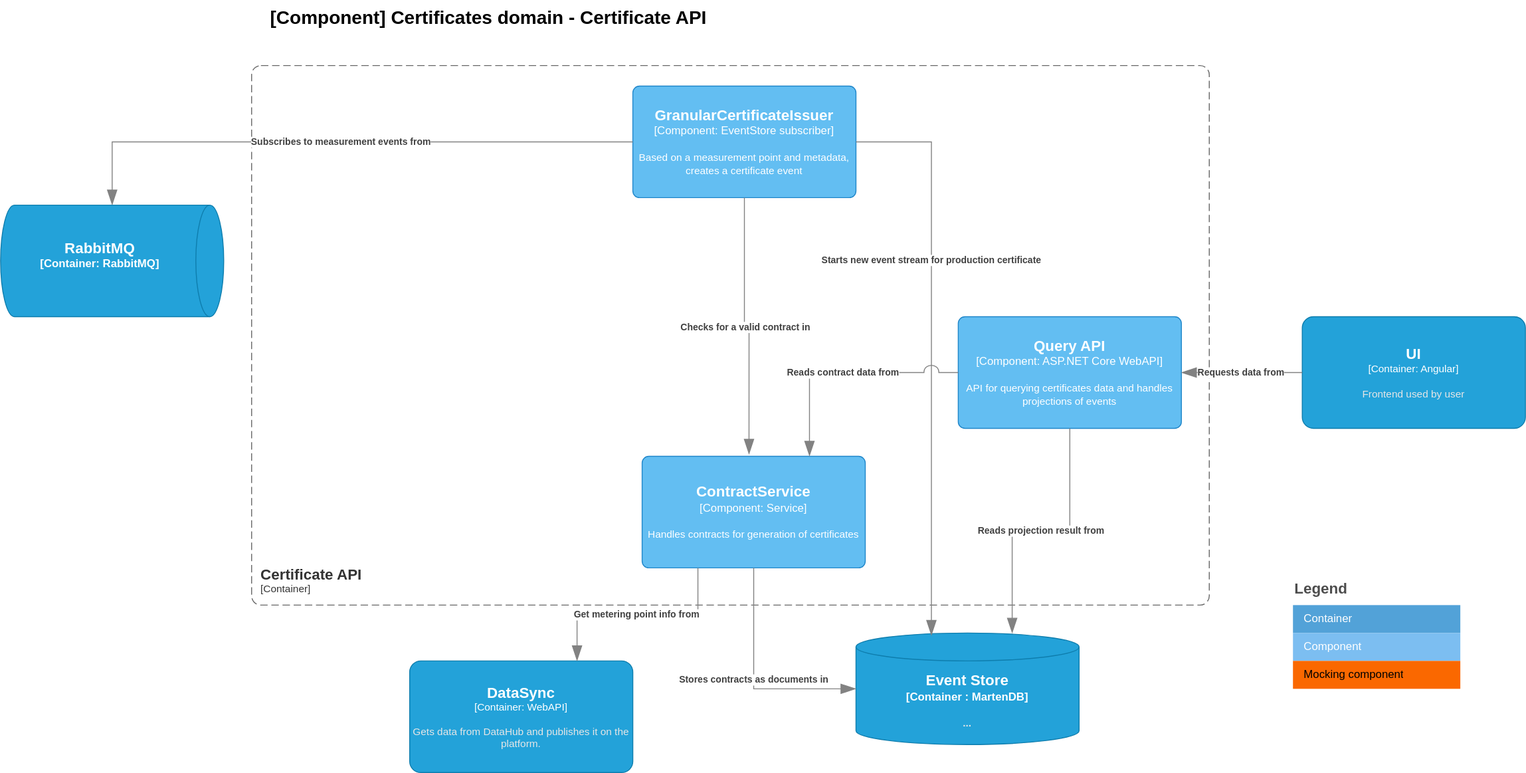
Before: doc/architecture/diagrams/certificates.current.component.certificate.api.drawio.svg, a diagram exported from draw.io (Energinet-DataHub/energy-origin). Source tidied: cells renumbered, new cells last; positions are measured from the earlier drawing's top-left corner, leaving out a move shared by most shapes.
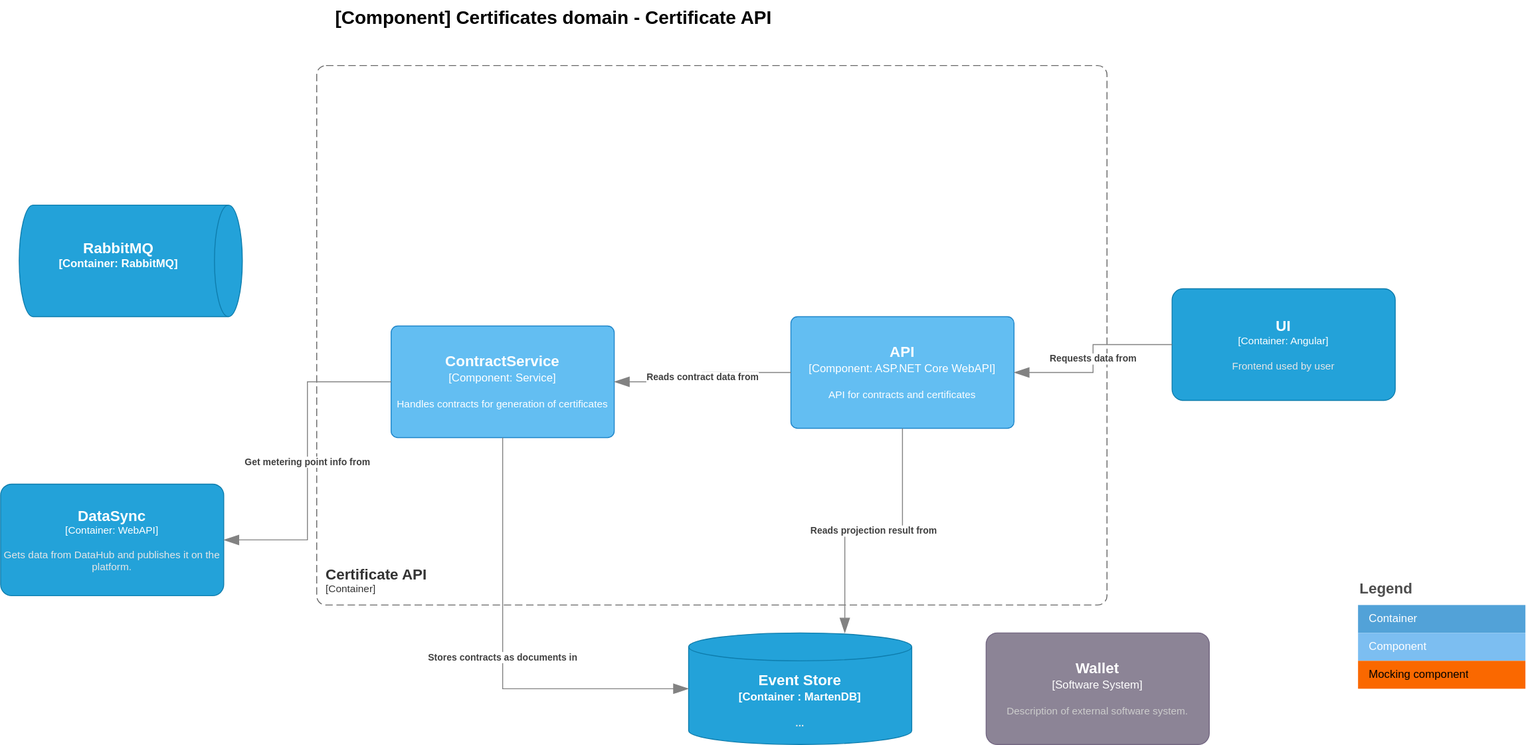
After the change.

The edit, as a diff of the source:
```diff
@@ -4,34 +4,19 @@
     <mxCell id="1" parent="0" />
     <object id="2" label="&lt;font style=&quot;font-size: 16px&quot;&gt;&lt;b&gt;&lt;div style=&quot;text-align: left&quot;&gt;%c4Name%&lt;/div&gt;&lt;/b&gt;&lt;/font&gt;&lt;div style=&quot;text-align: left&quot;&gt;[%c4Application%]&lt;/div&gt;" c4Application="Container" c4Name="Certificate API" c4Type="ContainerScopeBoundary" placeholders="1">
       <mxCell style="rounded=1;fontSize=11;whiteSpace=wrap;html=1;dashed=1;arcSize=20;fillColor=none;strokeColor=#666666;fontColor=#333333;labelBackgroundColor=none;align=left;verticalAlign=bottom;labelBorderColor=none;spacingTop=0;spacing=10;dashPattern=8 4;perimeter=rectanglePerimeter;noLabel=0;labelPadding=0;absoluteArcSize=1;" parent="1" vertex="1">
-        <mxGeometry x="270" y="70" width="1030" height="580" as="geometry" />
+        <mxGeometry x="270" y="70" width="850" height="580" as="geometry" />
       </mxCell>
     </object>
-    <object id="3" label="&lt;font style=&quot;font-size: 16px&quot;&gt;&lt;b&gt;%c4Name%&lt;/b&gt;&lt;/font&gt;&lt;div&gt;[%c4Type%: %c4Technology%]&lt;/div&gt;&lt;br&gt;&lt;div&gt;&lt;font style=&quot;font-size: 11px&quot;&gt;%c4Description%&lt;/font&gt;&lt;/div&gt;" c4Description="Based on a measurement point and metadata, creates a certificate event" c4Name="GranularCertificateIssuer" c4Technology="EventStore subscriber" c4Type="Component" placeholders="1">
-      <mxCell style="rounded=1;whiteSpace=wrap;html=1;labelBackgroundColor=none;fillColor=#63BEF2;fontColor=#ffffff;align=center;arcSize=6;strokeColor=#2086C9;points=[[0.25,0,0],[0.5,0,0],[0.75,0,0],[1,0.25,0],[1,0.5,0],[1,0.75,0],[0.75,1,0],[0.5,1,0],[0.25,1,0],[0,0.75,0],[0,0.5,0],[0,0.25,0]];" parent="1" vertex="1">
-        <mxGeometry x="680" y="92" width="240" height="120" as="geometry" />
-      </mxCell>
-    </object>
     <object id="4" label="&lt;font style=&quot;font-size: 16px&quot;&gt;&lt;b&gt;%c4Type%&lt;/font&gt;&lt;div&gt;[%c4Container%:&amp;nbsp;%c4Technology%]&lt;/div&gt;&lt;br&gt;&lt;div&gt;&lt;font style=&quot;font-size: 11px&quot;&gt;&lt;font color=&quot;#E6E6E6&quot;&gt;%c4Description%&lt;/font&gt;&lt;/div&gt;" c4Container="Container " c4Description="..." c4Technology="MartenDB" c4Type="Event Store" placeholders="1">
       <mxCell style="shape=cylinder3;size=15;whiteSpace=wrap;html=1;boundedLbl=1;rounded=0;labelBackgroundColor=none;fillColor=#23A2D9;fontSize=12;fontColor=#ffffff;align=center;strokeColor=#0E7DAD;points=[[0.5,0,0],[1,0.25,0],[1,0.5,0],[1,0.75,0],[0.5,1,0],[0,0.75,0],[0,0.5,0],[0,0.25,0]];" parent="1" vertex="1">
-        <mxGeometry x="920" y="680" width="240" height="120" as="geometry" />
+        <mxGeometry x="670" y="680" width="240" height="120" as="geometry" />
       </mxCell>
     </object>
     <object id="5" label="&lt;font style=&quot;font-size: 16px&quot;&gt;&lt;b&gt;%c4Name%&lt;/b&gt;&lt;/font&gt;&lt;div&gt;[%c4Type%: %c4Technology%]&lt;/div&gt;&lt;br&gt;&lt;div&gt;&lt;font style=&quot;font-size: 11px&quot;&gt;%c4Description%&lt;/font&gt;&lt;/div&gt;" c4Description="Handles contracts for generation of certificates" c4Name="ContractService" c4Technology="Service" c4Type="Component" placeholders="1">
       <mxCell style="rounded=1;whiteSpace=wrap;html=1;labelBackgroundColor=none;fillColor=#63BEF2;align=center;arcSize=6;strokeColor=#2086C9;points=[[0.25,0,0],[0.5,0,0],[0.75,0,0],[1,0.25,0],[1,0.5,0],[1,0.75,0],[0.75,1,0],[0.5,1,0],[0.25,1,0],[0,0.75,0],[0,0.5,0],[0,0.25,0]];fontColor=#ffffff;" parent="1" vertex="1">
-        <mxGeometry x="690" y="490" width="240" height="120" as="geometry" />
+        <mxGeometry x="350" y="350" width="240" height="120" as="geometry" />
       </mxCell>
     </object>
-    <object id="6" label="&lt;div style=&quot;text-align: left&quot;&gt;&lt;div style=&quot;text-align: center&quot;&gt;&lt;b&gt;%c4Description%&lt;/b&gt;&lt;/div&gt;" c4Description="Checks for a valid contract in" c4Type="Relationship" placeholders="1">
-      <mxCell style="endArrow=blockThin;html=1;fontSize=10;fontColor=#404040;strokeWidth=1;endFill=1;strokeColor=#828282;elbow=vertical;endSize=14;startSize=14;jumpStyle=arc;jumpSize=16;rounded=0;edgeStyle=orthogonalEdgeStyle;exitX=0.5;exitY=1;exitDx=0;exitDy=0;exitPerimeter=0;entryX=0.479;entryY=-0.017;entryDx=0;entryDy=0;entryPerimeter=0;" parent="1" edge="1" source="3" target="5">
-        <mxGeometry relative="1" as="geometry" />
-      </mxCell>
-    </object>
-    <object id="7" label="&lt;div style=&quot;text-align: left&quot;&gt;&lt;div style=&quot;text-align: center&quot;&gt;&lt;b&gt;%c4Description%&lt;/b&gt;&lt;/div&gt;" c4Description="Subscribes to measurement events from" c4Type="Relationship" placeholders="1">
-      <mxCell style="endArrow=blockThin;html=1;fontSize=10;fontColor=#404040;strokeWidth=1;endFill=1;strokeColor=#828282;elbow=vertical;endSize=14;startSize=14;jumpStyle=arc;jumpSize=16;rounded=0;edgeStyle=orthogonalEdgeStyle;exitX=0;exitY=0.5;exitDx=0;exitDy=0;exitPerimeter=0;" parent="1" edge="1" source="3" target="18">
-        <mxGeometry relative="1" as="geometry" />
-      </mxCell>
-    </object>
     <object id="8" label="&lt;font style=&quot;font-size: 20px;&quot;&gt;&lt;b style=&quot;font-size: 20px;&quot;&gt;&lt;div style=&quot;font-size: 20px;&quot;&gt;%c4Name%&lt;/div&gt;&lt;/b&gt;&lt;/font&gt;&lt;div style=&quot;font-size: 20px;&quot;&gt;%c4Description%&lt;/div&gt;" c4Description="" c4Name="[Component] Certificates domain - Certificate API" c4Type="ContainerDiagramTitle" placeholders="1">
       <mxCell style="text;html=1;strokeColor=none;fillColor=none;align=center;verticalAlign=top;whiteSpace=wrap;rounded=0;fontSize=20;" parent="1" vertex="1">
         <mxGeometry x="270" width="510" height="40" as="geometry" />
@@ -39,7 +24,7 @@
     </object>
     <object id="9" label="&lt;font style=&quot;font-size: 16px&quot;&gt;&lt;b&gt;%c4Name%&lt;/b&gt;&lt;/font&gt;&lt;div&gt;[%c4Type%: %c4Technology%]&lt;/div&gt;&lt;br&gt;&lt;div&gt;&lt;font style=&quot;font-size: 11px&quot;&gt;&lt;font color=&quot;#E6E6E6&quot;&gt;%c4Description%&lt;/font&gt;&lt;/div&gt;" c4Description="Gets data from DataHub and publishes it on the platform." c4Name="DataSync" c4Technology="WebAPI" c4Type="Container" placeholders="1">
       <mxCell style="rounded=1;whiteSpace=wrap;html=1;fontSize=11;labelBackgroundColor=none;fillColor=#23A2D9;fontColor=#ffffff;align=center;arcSize=10;strokeColor=#0E7DAD;points=[[0.25,0,0],[0.5,0,0],[0.75,0,0],[1,0.25,0],[1,0.5,0],[1,0.75,0],[0.75,1,0],[0.5,1,0],[0.25,1,0],[0,0.75,0],[0,0.5,0],[0,0.25,0]];" parent="1" vertex="1">
-        <mxGeometry x="440" y="710" width="240" height="120" as="geometry" />
+        <mxGeometry x="-70" y="520" width="240" height="120" as="geometry" />
       </mxCell>
     </object>
     <mxCell id="10" value="Legend" style="align=left;fontSize=16;fontStyle=1;strokeColor=none;fillColor=none;fontColor=#4D4D4D;spacingTop=-8;" parent="1" vertex="1">
@@ -54,9 +39,9 @@
     <mxCell id="13" value="Component" style="shape=partialRectangle;html=1;whiteSpace=wrap;fillColor=#7CBEF1;top=0;left=0;bottom=0;right=0;overflow=hidden;align=left;spacingLeft=10;fontColor=#FFFFFF;strokeColor=#2086C9;" parent="11" vertex="1">
       <mxGeometry y="30" width="180" height="30" as="geometry" />
     </mxCell>
-    <object id="14" label="&lt;font style=&quot;font-size: 16px&quot;&gt;&lt;b&gt;%c4Name%&lt;/b&gt;&lt;/font&gt;&lt;div&gt;[%c4Type%: %c4Technology%]&lt;/div&gt;&lt;br&gt;&lt;div&gt;&lt;font style=&quot;font-size: 11px&quot;&gt;%c4Description%&lt;/font&gt;&lt;/div&gt;" c4Description="API for querying certificates data and handles projections of events" c4Name="Query API" c4Technology="ASP.NET Core WebAPI" c4Type="Component" placeholders="1">
+    <object id="14" label="&lt;font style=&quot;font-size: 16px&quot;&gt;&lt;b&gt;%c4Name%&lt;/b&gt;&lt;/font&gt;&lt;div&gt;[%c4Type%: %c4Technology%]&lt;/div&gt;&lt;br&gt;&lt;div&gt;&lt;font style=&quot;font-size: 11px&quot;&gt;%c4Description%&lt;/font&gt;&lt;/div&gt;" c4Description="API for contracts and certificates" c4Name="API" c4Technology="ASP.NET Core WebAPI" c4Type="Component" placeholders="1">
       <mxCell style="rounded=1;whiteSpace=wrap;html=1;labelBackgroundColor=none;fillColor=#63BEF2;fontColor=#ffffff;align=center;arcSize=6;strokeColor=#2086C9;points=[[0.25,0,0],[0.5,0,0],[0.75,0,0],[1,0.25,0],[1,0.5,0],[1,0.75,0],[0.75,1,0],[0.5,1,0],[0.25,1,0],[0,0.75,0],[0,0.5,0],[0,0.25,0]];" parent="1" vertex="1">
-        <mxGeometry x="1030" y="340" width="240" height="120" as="geometry" />
+        <mxGeometry x="780" y="340" width="240" height="120" as="geometry" />
       </mxCell>
     </object>
     <object id="15" label="&lt;div style=&quot;text-align: left&quot;&gt;&lt;div style=&quot;text-align: center&quot;&gt;&lt;b&gt;%c4Description%&lt;/b&gt;&lt;/div&gt;" c4Description="Reads projection result from" c4Type="Relationship" placeholders="1">
@@ -66,7 +51,7 @@
     </object>
     <object id="16" label="&lt;font style=&quot;font-size: 16px&quot;&gt;&lt;b&gt;%c4Name%&lt;/b&gt;&lt;/font&gt;&lt;div&gt;[%c4Type%: %c4Technology%]&lt;/div&gt;&lt;br&gt;&lt;div&gt;&lt;font style=&quot;font-size: 11px&quot;&gt;&lt;font color=&quot;#E6E6E6&quot;&gt;%c4Description%&lt;/font&gt;&lt;/div&gt;" c4Description="Frontend used by user" c4Name="UI" c4Technology="Angular" c4Type="Container" placeholders="1">
       <mxCell style="rounded=1;whiteSpace=wrap;html=1;fontSize=11;labelBackgroundColor=none;fillColor=#23A2D9;fontColor=#ffffff;align=center;arcSize=10;strokeColor=#0E7DAD;points=[[0.25,0,0],[0.5,0,0],[0.75,0,0],[1,0.25,0],[1,0.5,0],[1,0.75,0],[0.75,1,0],[0.5,1,0],[0.25,1,0],[0,0.75,0],[0,0.5,0],[0,0.25,0]];" parent="1" vertex="1">
-        <mxGeometry x="1400" y="340" width="240" height="120" as="geometry" />
+        <mxGeometry x="1190" y="310" width="240" height="120" as="geometry" />
       </mxCell>
     </object>
     <object id="17" label="&lt;div style=&quot;text-align: left&quot;&gt;&lt;div style=&quot;text-align: center&quot;&gt;&lt;b&gt;%c4Description%&lt;/b&gt;&lt;/div&gt;" c4Description="Requests data from" c4Type="Relationship" placeholders="1">
@@ -76,26 +61,21 @@
     </object>
     <object id="18" label="&lt;font style=&quot;font-size: 16px&quot;&gt;&lt;b&gt;%c4Type%&lt;/font&gt;&lt;div&gt;[%c4Container%:&amp;nbsp;%c4Technology%]&lt;/div&gt;&lt;br&gt;&lt;div&gt;&lt;font style=&quot;font-size: 11px&quot;&gt;&lt;font color=&quot;#E6E6E6&quot;&gt;%c4Description%&lt;/font&gt;&lt;/div&gt;" c4Container="Container" c4Description="" c4Technology="RabbitMQ" c4Type="RabbitMQ" placeholders="1">
       <mxCell style="shape=cylinder3;size=15;direction=south;whiteSpace=wrap;html=1;boundedLbl=1;rounded=0;labelBackgroundColor=none;fillColor=#23A2D9;fontSize=12;fontColor=#ffffff;align=center;strokeColor=#0E7DAD;points=[[0.5,0,0],[1,0.25,0],[1,0.5,0],[1,0.75,0],[0.5,1,0],[0,0.75,0],[0,0.5,0],[0,0.25,0]];" parent="1" vertex="1">
-        <mxGeometry y="220" width="240" height="120" as="geometry" />
+        <mxGeometry x="-50" y="220" width="240" height="120" as="geometry" />
       </mxCell>
     </object>
-    <object id="19" label="&lt;div style=&quot;text-align: left&quot;&gt;&lt;div style=&quot;text-align: center&quot;&gt;&lt;b&gt;%c4Description%&lt;/b&gt;&lt;/div&gt;" c4Description="Starts new event stream for production certificate" c4Type="Relationship" placeholders="1">
-      <mxCell style="endArrow=blockThin;html=1;fontSize=10;fontColor=#404040;strokeWidth=1;endFill=1;strokeColor=#828282;elbow=vertical;endSize=14;startSize=14;jumpStyle=arc;jumpSize=16;rounded=0;edgeStyle=orthogonalEdgeStyle;exitX=1;exitY=0.5;exitDx=0;exitDy=0;exitPerimeter=0;entryX=0.338;entryY=0.022;entryDx=0;entryDy=0;entryPerimeter=0;" parent="1" edge="1" source="3" target="4">
-        <mxGeometry x="-0.32" relative="1" as="geometry" />
-      </mxCell>
-    </object>
     <object id="20" label="&lt;div style=&quot;text-align: left&quot;&gt;&lt;div style=&quot;text-align: center&quot;&gt;&lt;b&gt;%c4Description%&lt;/b&gt;&lt;/div&gt;" c4Description="Stores contracts as documents in" c4Type="Relationship" placeholders="1">
       <mxCell style="endArrow=blockThin;html=1;fontSize=10;fontColor=#404040;strokeWidth=1;endFill=1;strokeColor=#828282;elbow=vertical;endSize=14;startSize=14;jumpStyle=arc;jumpSize=16;rounded=0;edgeStyle=orthogonalEdgeStyle;exitX=0.5;exitY=1;exitDx=0;exitDy=0;exitPerimeter=0;entryX=0;entryY=0.5;entryDx=0;entryDy=0;entryPerimeter=0;" parent="1" edge="1" source="5" target="4">
         <mxGeometry relative="1" as="geometry" />
       </mxCell>
     </object>
     <object id="21" label="&lt;div style=&quot;text-align: left&quot;&gt;&lt;div style=&quot;text-align: center&quot;&gt;&lt;b&gt;%c4Description%&lt;/b&gt;&lt;/div&gt;" c4Description="Reads contract data from" c4Type="Relationship" placeholders="1">
-      <mxCell style="endArrow=blockThin;html=1;fontSize=10;fontColor=#404040;strokeWidth=1;endFill=1;strokeColor=#828282;elbow=vertical;endSize=14;startSize=14;jumpStyle=arc;jumpSize=16;rounded=0;edgeStyle=orthogonalEdgeStyle;exitX=0;exitY=0.5;exitDx=0;exitDy=0;exitPerimeter=0;entryX=0.75;entryY=0;entryDx=0;entryDy=0;entryPerimeter=0;" parent="1" edge="1" source="14" target="5">
+      <mxCell style="endArrow=blockThin;html=1;fontSize=10;fontColor=#404040;strokeWidth=1;endFill=1;strokeColor=#828282;elbow=vertical;endSize=14;startSize=14;jumpStyle=arc;jumpSize=16;rounded=0;edgeStyle=orthogonalEdgeStyle;exitX=0;exitY=0.5;exitDx=0;exitDy=0;exitPerimeter=0;entryX=1;entryY=0.5;entryDx=0;entryDy=0;entryPerimeter=0;" parent="1" edge="1" source="14" target="5">
         <mxGeometry relative="1" as="geometry" />
       </mxCell>
     </object>
     <object id="22" label="&lt;div style=&quot;text-align: left&quot;&gt;&lt;div style=&quot;text-align: center&quot;&gt;&lt;b&gt;%c4Description%&lt;/b&gt;&lt;/div&gt;" c4Description="Get metering point info from" c4Type="Relationship" placeholders="1">
-      <mxCell style="endArrow=blockThin;html=1;fontSize=10;fontColor=#404040;strokeWidth=1;endFill=1;strokeColor=#828282;elbow=vertical;endSize=14;startSize=14;jumpStyle=arc;jumpSize=16;rounded=0;edgeStyle=orthogonalEdgeStyle;exitX=0.25;exitY=1;exitDx=0;exitDy=0;exitPerimeter=0;entryX=0.75;entryY=0;entryDx=0;entryDy=0;entryPerimeter=0;" parent="1" edge="1" source="5" target="9">
+      <mxCell style="endArrow=blockThin;html=1;fontSize=10;fontColor=#404040;strokeWidth=1;endFill=1;strokeColor=#828282;elbow=vertical;endSize=14;startSize=14;jumpStyle=arc;jumpSize=16;rounded=0;edgeStyle=orthogonalEdgeStyle;exitX=0;exitY=0.5;exitDx=0;exitDy=0;exitPerimeter=0;entryX=1;entryY=0.5;entryDx=0;entryDy=0;entryPerimeter=0;" parent="1" edge="1" source="5" target="9">
         <mxGeometry relative="1" as="geometry" />
       </mxCell>
     </object>
@@ -105,5 +85,10 @@
     <mxCell id="24" value="Mocking component" style="shape=partialRectangle;html=1;whiteSpace=wrap;fillColor=#FA6800;top=0;left=0;bottom=0;right=0;overflow=hidden;align=left;spacingLeft=10;fontColor=#000000;strokeColor=#2086C9;" parent="23" vertex="1">
       <mxGeometry width="180" height="30" as="geometry" />
     </mxCell>
+    <object id="25" label="&lt;font style=&quot;font-size: 16px&quot;&gt;&lt;b&gt;%c4Name%&lt;/b&gt;&lt;/font&gt;&lt;div&gt;[%c4Type%]&lt;/div&gt;&lt;br&gt;&lt;div&gt;&lt;font style=&quot;font-size: 11px&quot;&gt;&lt;font color=&quot;#cccccc&quot;&gt;%c4Description%&lt;/font&gt;&lt;/div&gt;" c4Description="Description of external software system." c4Name="Wallet" c4Type="Software System" placeholders="1">
+      <mxCell style="rounded=1;whiteSpace=wrap;html=1;labelBackgroundColor=none;fillColor=#8C8496;fontColor=#ffffff;align=center;arcSize=10;strokeColor=#736782;" parent="1" vertex="1">
+        <mxGeometry x="990" y="680" width="240" height="120" as="geometry" />
+      </mxCell>
+    </object>
   </root>
 </mxGraphModel>
```
